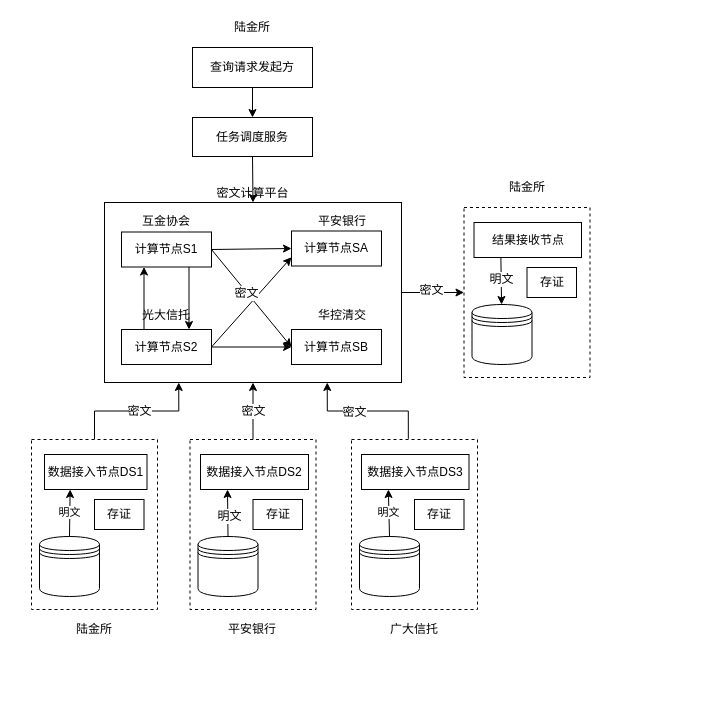
Earlier version of the draw.io diagram fintech.drawio (yankaili2006/drawing_io). Source tidied: cells renumbered, new cells numbered last; positions are measured from the earlier drawing's top-left corner, leaving out a move shared by most shapes. Both pictures are drawn from the tidied source at 100%, with x=0, y=0 at pixel (31, 17).
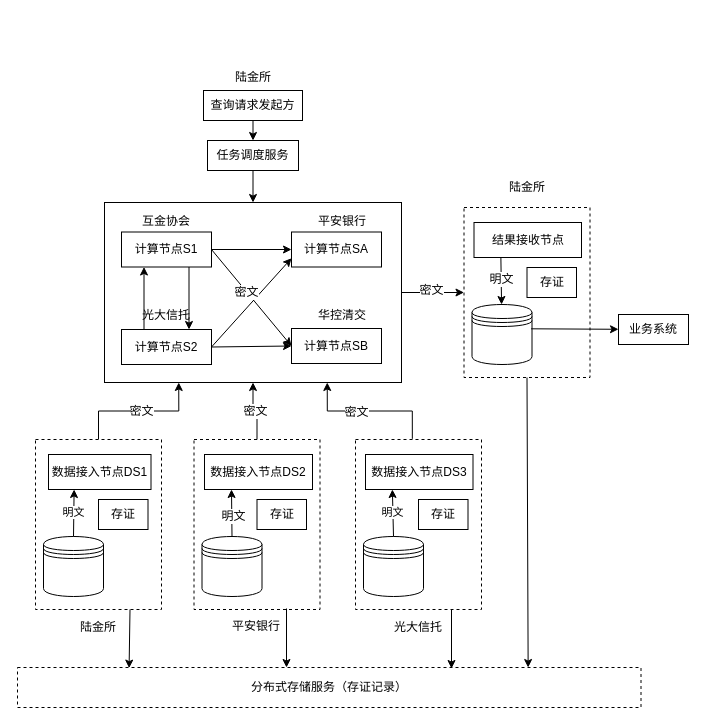
The same diagram, later.

The change refers to these unchanged cells:
```xml
<mxCell id="50" style="rounded=0;whiteSpace=wrap;html=1;dashed=1;" parent="1" vertex="1">
  <mxGeometry x="432.5" y="190" width="126" height="170" as="geometry" />
</mxCell>
<mxCell id="53" style="shape=datastore;whiteSpace=wrap;html=1;" parent="1" vertex="1">
  <mxGeometry x="440.5" y="287" width="60" height="60" as="geometry" />
</mxCell>
```

Diff of the diagram source:
```diff
@@
     <mxCell id="2" style="rounded=0;whiteSpace=wrap;html=1;dashed=1;" parent="1" vertex="1">
-      <mxGeometry x="158.5" y="422" width="126" height="170" as="geometry" />
+      <mxGeometry x="162.5" y="422" width="126" height="170" as="geometry" />
     </mxCell>
-    <mxCell id="3" value="密文计算平台" style="rounded=0;whiteSpace=wrap;html=1;fillColor=none;labelPosition=center;verticalLabelPosition=top;align=center;verticalAlign=bottom;" parent="1" vertex="1">
+    <mxCell id="3" style="rounded=0;whiteSpace=wrap;html=1;fillColor=none;labelPosition=center;verticalLabelPosition=middle;align=center;verticalAlign=middle;" parent="1" vertex="1">
       <mxGeometry x="73" y="185" width="297" height="180" as="geometry" />
     </mxCell>
     <mxCell id="4" value="查询请求发起方" style="rounded=0;whiteSpace=wrap;html=1;" parent="1" vertex="1">
-      <mxGeometry x="161" y="30" width="120" height="40" as="geometry" />
+      <mxGeometry x="172" y="73" width="99" height="30" as="geometry" />
     </mxCell>
@@
     <mxCell id="7" value="数据接入节点DS2" style="rounded=0;whiteSpace=wrap;html=1;" parent="1" vertex="1">
-      <mxGeometry x="169" y="437" width="108" height="35" as="geometry" />
+      <mxGeometry x="173" y="437" width="108" height="35" as="geometry" />
     </mxCell>
     <mxCell id="8" value="任务调度服务" style="rounded=0;whiteSpace=wrap;html=1;" parent="1" vertex="1">
-      <mxGeometry x="161" y="100" width="120" height="39" as="geometry" />
+      <mxGeometry x="176" y="123" width="91" height="30" as="geometry" />
     </mxCell>
@@
     <mxCell id="15" value="存证" style="rounded=0;whiteSpace=wrap;html=1;fillColor=none;" parent="1" vertex="1">
-      <mxGeometry x="221.5" y="482" width="49.5" height="30" as="geometry" />
+      <mxGeometry x="225.5" y="482" width="49.5" height="30" as="geometry" />
     </mxCell>
@@
     <mxCell id="19" value="计算节点SB" style="rounded=0;whiteSpace=wrap;html=1;fillColor=none;" parent="1" vertex="1">
-      <mxGeometry x="260" y="312" width="90" height="35" as="geometry" />
+      <mxGeometry x="260" y="311" width="90" height="35" as="geometry" />
     </mxCell>
     <mxCell id="20" value="计算节点SA" style="rounded=0;whiteSpace=wrap;html=1;fillColor=none;" parent="1" vertex="1">
-      <mxGeometry x="260" y="213.5" width="90" height="35" as="geometry" />
+      <mxGeometry x="260" y="214.5" width="90" height="35" as="geometry" />
     </mxCell>
@@
     <mxCell id="31" style="shape=datastore;whiteSpace=wrap;html=1;" parent="1" vertex="1">
-      <mxGeometry x="166.5" y="519" width="60" height="60" as="geometry" />
+      <mxGeometry x="170.5" y="519" width="60" height="60" as="geometry" />
     </mxCell>
@@
     <mxCell id="34" value="平安银行" style="text;html=1;strokeColor=none;fillColor=none;align=center;verticalAlign=middle;whiteSpace=wrap;rounded=0;" parent="1" vertex="1">
-      <mxGeometry x="191" y="602" width="60" height="20" as="geometry" />
+      <mxGeometry x="195" y="599" width="60" height="20" as="geometry" />
     </mxCell>
     <mxCell id="35" style="rounded=0;whiteSpace=wrap;html=1;dashed=1;" parent="1" vertex="1">
-      <mxGeometry y="422" width="126" height="170" as="geometry" />
+      <mxGeometry x="4" y="422" width="126" height="170" as="geometry" />
     </mxCell>
     <mxCell id="36" value="数据接入节点DS1" style="rounded=0;whiteSpace=wrap;html=1;" parent="1" vertex="1">
-      <mxGeometry x="13" y="437" width="102.5" height="35" as="geometry" />
+      <mxGeometry x="17" y="437" width="102.5" height="35" as="geometry" />
     </mxCell>
     <mxCell id="37" value="存证" style="rounded=0;whiteSpace=wrap;html=1;fillColor=none;" parent="1" vertex="1">
-      <mxGeometry x="63" y="482" width="49.5" height="30" as="geometry" />
+      <mxGeometry x="67" y="482" width="49.5" height="30" as="geometry" />
     </mxCell>
     <mxCell id="38" style="shape=datastore;whiteSpace=wrap;html=1;" parent="1" vertex="1">
-      <mxGeometry x="8" y="519" width="60" height="60" as="geometry" />
+      <mxGeometry x="12" y="519" width="60" height="60" as="geometry" />
     </mxCell>
@@
     <mxCell id="40" value="陆金所" style="text;html=1;strokeColor=none;fillColor=none;align=center;verticalAlign=middle;whiteSpace=wrap;rounded=0;" parent="1" vertex="1">
-      <mxGeometry x="32.5" y="602" width="60" height="20" as="geometry" />
+      <mxGeometry x="36.5" y="600" width="60" height="20" as="geometry" />
     </mxCell>
     <mxCell id="41" style="rounded=0;whiteSpace=wrap;html=1;dashed=1;" parent="1" vertex="1">
-      <mxGeometry x="320" y="422" width="126" height="170" as="geometry" />
+      <mxGeometry x="324" y="422" width="126" height="170" as="geometry" />
     </mxCell>
     <mxCell id="42" value="数据接入节点DS3" style="rounded=0;whiteSpace=wrap;html=1;" parent="1" vertex="1">
-      <mxGeometry x="330" y="437" width="107.5" height="35" as="geometry" />
+      <mxGeometry x="334" y="437" width="107.5" height="35" as="geometry" />
     </mxCell>
     <mxCell id="43" value="存证" style="rounded=0;whiteSpace=wrap;html=1;fillColor=none;" parent="1" vertex="1">
-      <mxGeometry x="383" y="482" width="49.5" height="30" as="geometry" />
+      <mxGeometry x="387" y="482" width="49.5" height="30" as="geometry" />
     </mxCell>
     <mxCell id="44" style="shape=datastore;whiteSpace=wrap;html=1;" parent="1" vertex="1">
-      <mxGeometry x="328" y="519" width="60" height="60" as="geometry" />
+      <mxGeometry x="332" y="519" width="60" height="60" as="geometry" />
     </mxCell>
@@
-    <mxCell id="46" value="广大信托" style="text;html=1;strokeColor=none;fillColor=none;align=center;verticalAlign=middle;whiteSpace=wrap;rounded=0;" parent="1" vertex="1">
-      <mxGeometry x="352.5" y="602" width="60" height="20" as="geometry" />
+    <mxCell id="46" value="光大信托" style="text;html=1;strokeColor=none;fillColor=none;align=center;verticalAlign=middle;whiteSpace=wrap;rounded=0;" parent="1" vertex="1">
+      <mxGeometry x="356.5" y="600" width="60" height="20" as="geometry" />
     </mxCell>
@@
     <mxCell id="49" value="陆金所" style="text;html=1;strokeColor=none;fillColor=none;align=center;verticalAlign=middle;whiteSpace=wrap;rounded=0;" parent="1" vertex="1">
-      <mxGeometry x="191" width="60" height="20" as="geometry" />
+      <mxGeometry x="191.5" y="50" width="60" height="20" as="geometry" />
     </mxCell>
@@
+    <mxCell id="57" value="分布式存储服务（存证记录）" style="rounded=0;whiteSpace=wrap;html=1;dashed=1;" parent="1" vertex="1">
+      <mxGeometry x="-14" y="650" width="623.5" height="40" as="geometry" />
+    </mxCell>
+    <mxCell id="58" style="endArrow=classic;html=1;exitX=0.985;exitY=0.405;exitDx=0;exitDy=0;exitPerimeter=0;" parent="1" edge="1" source="53" target="59">
+      <mxGeometry relative="1" as="geometry" />
+    </mxCell>
+    <mxCell id="59" value="业务系统" style="rounded=0;whiteSpace=wrap;html=1;" parent="1" vertex="1">
+      <mxGeometry x="587" y="297" width="70" height="30" as="geometry" />
+    </mxCell>
+    <mxCell id="60" style="endArrow=classic;html=1;exitX=0.5;exitY=1;exitDx=0;exitDy=0;entryX=0.819;entryY=0;entryDx=0;entryDy=0;entryPerimeter=0;" parent="1" edge="1" source="50" target="57">
+      <mxGeometry relative="1" as="geometry" />
+    </mxCell>
+    <mxCell id="61" style="endArrow=classic;html=1;exitX=0.75;exitY=1;exitDx=0;exitDy=0;entryX=0.179;entryY=0.015;entryDx=0;entryDy=0;entryPerimeter=0;" parent="1" edge="1" source="35" target="57">
+      <mxGeometry relative="1" as="geometry" />
+    </mxCell>
+    <mxCell id="62" style="endArrow=classic;html=1;entryX=0.179;entryY=0.015;entryDx=0;entryDy=0;entryPerimeter=0;" parent="1" edge="1">
+      <mxGeometry relative="1" as="geometry">
+        <mxPoint x="255" y="591" as="sourcePoint" />
+        <mxPoint x="255" y="650" as="targetPoint" />
+      </mxGeometry>
+    </mxCell>
+    <mxCell id="63" style="endArrow=classic;html=1;entryX=0.179;entryY=0.015;entryDx=0;entryDy=0;entryPerimeter=0;" parent="1" edge="1">
+      <mxGeometry relative="1" as="geometry">
+        <mxPoint x="420" y="592" as="sourcePoint" />
+        <mxPoint x="420" y="651" as="targetPoint" />
+      </mxGeometry>
+    </mxCell>
```
